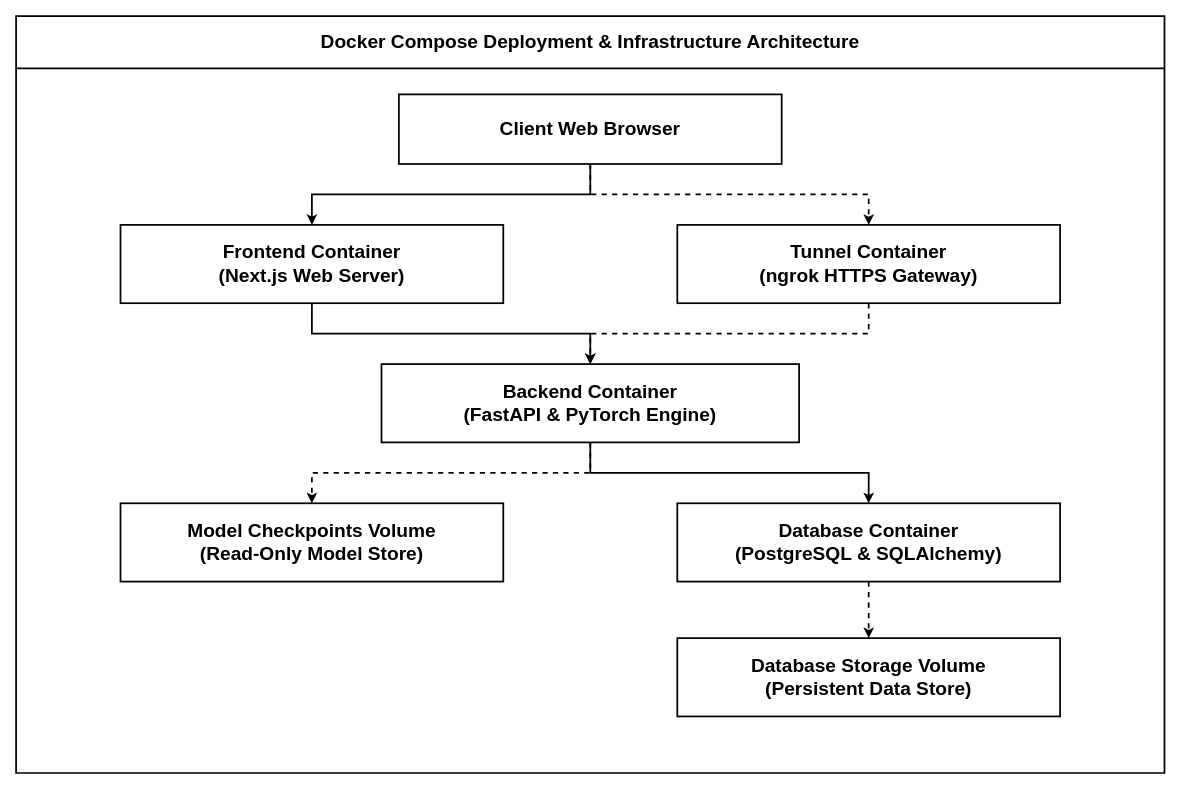
Earlier version of the draw.io diagram 03-infrastructure-deployment-architecture.drawio (Cell1991/nu-stroke-scan). Source tidied: cells renumbered, new cells numbered last; positions are measured from the earlier drawing's top-left corner, leaving out a move shared by most shapes. Both pictures are drawn from the tidied source at 87%, with x=0, y=0 at pixel (16, 16).
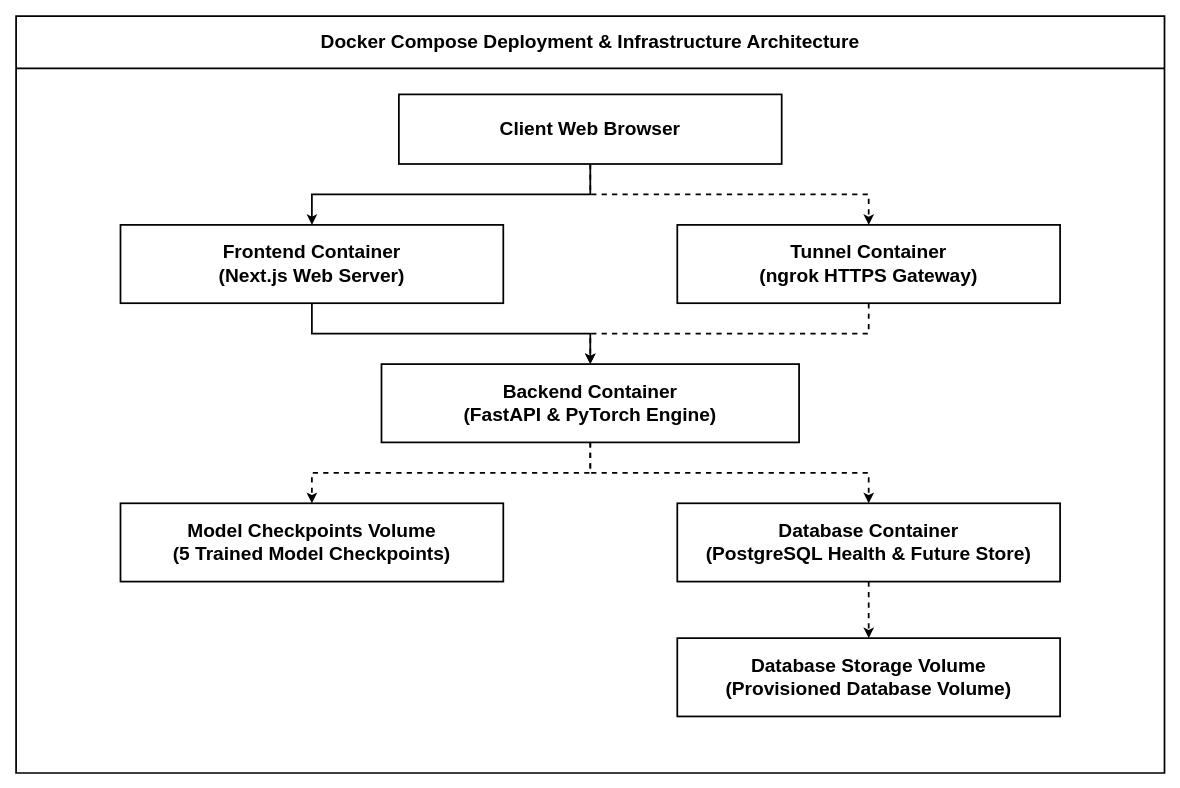
The same page after the edit.

The change refers to these unchanged cells:
```xml
<mxCell id="6" value="Backend Container&#10;(FastAPI &amp; PyTorch Engine)" style="rounded=0;whiteSpace=wrap;html=1;fillColor=#FFFFFF;strokeColor=#000000;strokeWidth=2;fontColor=#000000;fontFamily=Arial,Helvetica,sans-serif;fontStyle=1;fontSize=22;" parent="1" vertex="1">
  <mxGeometry x="420" y="400" width="480" height="90" as="geometry" />
</mxCell>
```

Change to the diagram source:
```diff
@@
-    <mxCell id="7" value="Model Checkpoints Volume&#10;(Read-Only Model Store)" style="rounded=0;whiteSpace=wrap;html=1;fillColor=#FFFFFF;strokeColor=#000000;strokeWidth=2;fontColor=#000000;fontFamily=Arial,Helvetica,sans-serif;fontStyle=1;fontSize=22;" parent="1" vertex="1">
+    <mxCell id="7" value="Model Checkpoints Volume&#10;(5 Trained Model Checkpoints)" style="rounded=0;whiteSpace=wrap;html=1;fillColor=#FFFFFF;strokeColor=#000000;strokeWidth=2;fontColor=#000000;fontFamily=Arial,Helvetica,sans-serif;fontStyle=1;fontSize=22;" parent="1" vertex="1">
       <mxGeometry x="120" y="560" width="440" height="90" as="geometry" />
     </mxCell>
-    <mxCell id="8" value="Database Container&#10;(PostgreSQL &amp; SQLAlchemy)" style="rounded=0;whiteSpace=wrap;html=1;fillColor=#FFFFFF;strokeColor=#000000;strokeWidth=2;fontColor=#000000;fontFamily=Arial,Helvetica,sans-serif;fontStyle=1;fontSize=22;" parent="1" vertex="1">
+    <mxCell id="8" value="Database Container&#10;(PostgreSQL Health &amp; Future Store)" style="rounded=0;whiteSpace=wrap;html=1;fillColor=#FFFFFF;strokeColor=#000000;strokeWidth=2;fontColor=#000000;fontFamily=Arial,Helvetica,sans-serif;fontStyle=1;fontSize=22;" parent="1" vertex="1">
       <mxGeometry x="760" y="560" width="440" height="90" as="geometry" />
     </mxCell>
-    <mxCell id="9" value="Database Storage Volume&#10;(Persistent Data Store)" style="rounded=0;whiteSpace=wrap;html=1;fillColor=#FFFFFF;strokeColor=#000000;strokeWidth=2;fontColor=#000000;fontFamily=Arial,Helvetica,sans-serif;fontStyle=1;fontSize=22;" parent="1" vertex="1">
+    <mxCell id="9" value="Database Storage Volume&#10;(Provisioned Database Volume)" style="rounded=0;whiteSpace=wrap;html=1;fillColor=#FFFFFF;strokeColor=#000000;strokeWidth=2;fontColor=#000000;fontFamily=Arial,Helvetica,sans-serif;fontStyle=1;fontSize=22;" parent="1" vertex="1">
       <mxGeometry x="760" y="715" width="440" height="90" as="geometry" />
     </mxCell>
@@
-    <mxCell id="15" style="edgeStyle=orthogonalEdgeStyle;rounded=0;jettySize=auto;html=1;strokeColor=#000000;strokeWidth=2;exitX=0.5;exitY=1;exitDx=0;exitDy=0;entryX=0.5;entryY=0;entryDx=0;entryDy=0;" parent="1" edge="1" source="6" target="8">
+    <mxCell id="15" style="edgeStyle=orthogonalEdgeStyle;rounded=0;jettySize=auto;html=1;strokeColor=#000000;strokeWidth=2;dashed=1;exitX=0.5;exitY=1;exitDx=0;exitDy=0;entryX=0.5;entryY=0;entryDx=0;entryDy=0;" parent="1" edge="1" source="6" target="8">
       <mxGeometry relative="1" as="geometry">
         <Array as="points">
           <mxPoint x="660" y="525" />
           <mxPoint x="980" y="525" />
         </Array>
       </mxGeometry>
     </mxCell>
```
